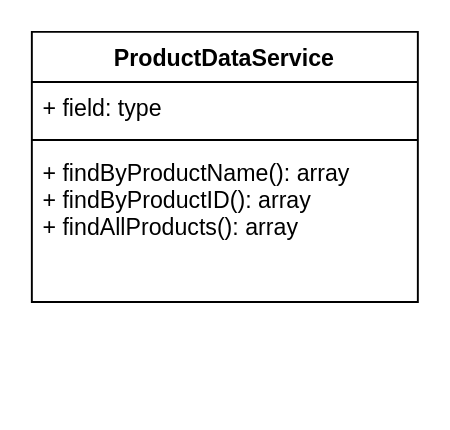
The draw.io diagram Design documents/Product Data Service UML Diagram.drawio in MrDuise/CST-236-Webstore, before the edit. Source tidied: cells renumbered, new cells numbered last; positions are measured from the earlier drawing's top-left corner, leaving out a move shared by most shapes. Both pictures are drawn from the tidied source at 193%, with x=0, y=0 at pixel (31, 31).
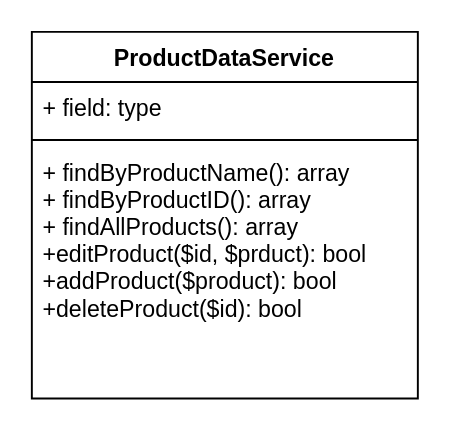
After the change.

Change to the diagram source:
```diff
@@
 <mxGraphModel>
   <root>
     <mxCell id="0" />
     <mxCell id="1" parent="0" />
     <mxCell id="2" value="ProductDataService" style="swimlane;fontStyle=1;align=center;verticalAlign=top;horizontal=1;startSize=26;" parent="1" vertex="1">
-      <mxGeometry width="200" height="140" as="geometry" />
+      <mxGeometry width="200" height="190" as="geometry" />
     </mxCell>
     <mxCell id="3" value="+ field: type" style="text;strokeColor=none;fillColor=none;align=left;verticalAlign=top;spacingLeft=4;spacingRight=4;overflow=hidden;" parent="2" vertex="1">
       <mxGeometry y="26" width="200" height="26" as="geometry" />
     </mxCell>
     <mxCell id="4" style="line;strokeWidth=1;fillColor=none;align=left;verticalAlign=middle;spacingTop=-1;spacingLeft=3;spacingRight=3;labelPosition=right;" parent="2" vertex="1">
       <mxGeometry y="52" width="200" height="8" as="geometry" />
     </mxCell>
-    <mxCell id="5" value="+ findByProductName(): array&#10;+ findByProductID(): array&#10;+ findAllProducts(): array" style="text;strokeColor=none;fillColor=none;align=left;verticalAlign=top;spacingLeft=4;spacingRight=4;overflow=hidden;" parent="2" vertex="1">
-      <mxGeometry y="60" width="200" height="80" as="geometry" />
+    <mxCell id="5" value="+ findByProductName(): array&#10;+ findByProductID(): array&#10;+ findAllProducts(): array&#10;+editProduct($id, $prduct): bool&#10;+addProduct($product): bool&#10;+deleteProduct($id): bool" style="text;strokeColor=none;fillColor=none;align=left;verticalAlign=top;spacingLeft=4;spacingRight=4;overflow=hidden;" parent="2" vertex="1">
+      <mxGeometry y="60" width="200" height="130" as="geometry" />
     </mxCell>
   </root>
 </mxGraphModel>
```
